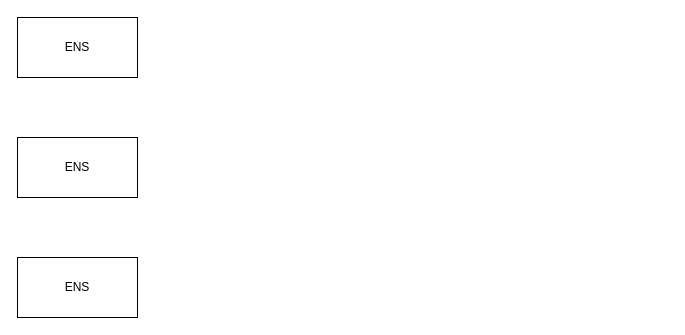
This is Untitled Diagram.drawio from Tony629/flowChart, a draw.io file, before an edit. Source tidied: cells renumbered, new cells numbered last; positions are measured from the earlier drawing's top-left corner, leaving out a move shared by most shapes. Both pictures are drawn from the tidied source at 100%, with x=0, y=0 at pixel (17, 17).
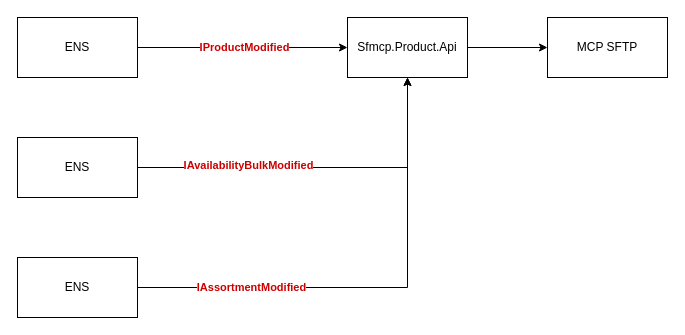
The same page after the edit.

The edit, as a diff of the source:
```diff
@@
 <mxGraphModel>
   <root>
     <mxCell id="0" />
     <mxCell id="1" parent="0" />
+    <mxCell id="5" style="edgeStyle=orthogonalEdgeStyle;rounded=0;jettySize=auto;html=1;" parent="1" edge="1" source="2" target="12">
+      <mxGeometry relative="1" as="geometry" />
+    </mxCell>
+    <mxCell id="6" value="&lt;font color=&quot;#cc0000&quot;&gt;&lt;b&gt;IProductModified&lt;/b&gt;&lt;/font&gt;" style="edgeLabel;html=1;align=center;verticalAlign=middle;" parent="5" vertex="1">
+      <mxGeometry x="0.01" y="1" relative="1" as="geometry" />
+    </mxCell>
     <mxCell id="2" value="ENS" style="rounded=0;whiteSpace=wrap;html=1;" parent="1" vertex="1">
       <mxGeometry width="120" height="60" as="geometry" />
     </mxCell>
+    <mxCell id="7" style="edgeStyle=orthogonalEdgeStyle;rounded=0;jettySize=auto;html=1;entryX=0.5;entryY=1;entryDx=0;entryDy=0;" parent="1" edge="1" source="3" target="12">
+      <mxGeometry relative="1" as="geometry" />
+    </mxCell>
+    <mxCell id="8" value="&lt;font color=&quot;#cc0000&quot;&gt;&lt;b&gt;IAvailabilityBulkModified&lt;/b&gt;&lt;/font&gt;" style="edgeLabel;html=1;align=center;verticalAlign=middle;" parent="7" vertex="1">
+      <mxGeometry x="-0.39" y="3" relative="1" as="geometry" />
+    </mxCell>
     <mxCell id="3" value="ENS" style="rounded=0;whiteSpace=wrap;html=1;" parent="1" vertex="1">
       <mxGeometry y="120" width="120" height="60" as="geometry" />
     </mxCell>
+    <mxCell id="9" style="edgeStyle=orthogonalEdgeStyle;rounded=0;jettySize=auto;html=1;entryX=0.5;entryY=1;entryDx=0;entryDy=0;" parent="1" edge="1" source="4" target="12">
+      <mxGeometry relative="1" as="geometry" />
+    </mxCell>
+    <mxCell id="10" value="&lt;font color=&quot;#cc0000&quot;&gt;&lt;b&gt;IAssortmentModified&lt;/b&gt;&lt;/font&gt;" style="edgeLabel;html=1;align=center;verticalAlign=middle;" parent="9" vertex="1">
+      <mxGeometry x="-0.53" y="1" relative="1" as="geometry" />
+    </mxCell>
     <mxCell id="4" value="ENS" style="rounded=0;whiteSpace=wrap;html=1;" parent="1" vertex="1">
       <mxGeometry y="240" width="120" height="60" as="geometry" />
     </mxCell>
+    <mxCell id="11" style="edgeStyle=orthogonalEdgeStyle;rounded=0;jettySize=auto;html=1;" parent="1" edge="1" source="12" target="13">
+      <mxGeometry relative="1" as="geometry" />
+    </mxCell>
+    <mxCell id="12" value="Sfmcp.Product.Api" style="rounded=0;whiteSpace=wrap;html=1;" parent="1" vertex="1">
+      <mxGeometry x="330" width="120" height="60" as="geometry" />
+    </mxCell>
+    <mxCell id="13" value="MCP SFTP" style="rounded=0;whiteSpace=wrap;html=1;" parent="1" vertex="1">
+      <mxGeometry x="530" width="120" height="60" as="geometry" />
+    </mxCell>
   </root>
 </mxGraphModel>
```
